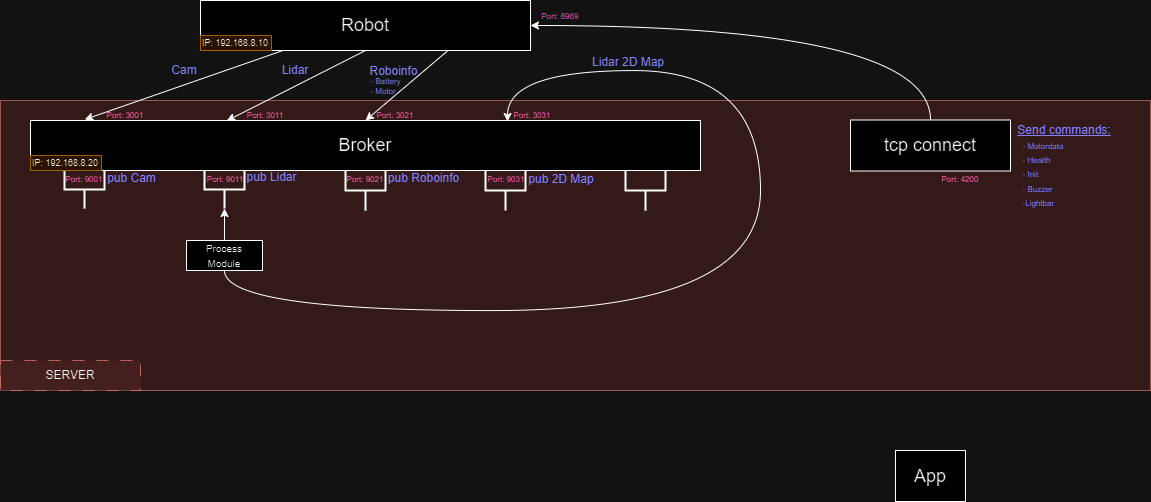
Lexxn0x3/CloudControlledRoboter keeps this draw.io diagram as docs/InfraSetup.png. Above is the earlier version. Source tidied: cells renumbered, new cells last; positions are measured from the earlier drawing's top-left corner, leaving out a move shared by most shapes. Source of this version:
```xml
<mxGraphModel>
  <root>
    <mxCell id="0" />
    <mxCell id="1" parent="0" />
    <mxCell id="2" style="rounded=0;whiteSpace=wrap;html=1;fillColor=#f8cecc;strokeColor=#b85450;opacity=60;" parent="1" vertex="1">
      <mxGeometry y="100" width="1150" height="290" as="geometry" />
    </mxCell>
    <mxCell id="3" value="&lt;font style=&quot;font-size: 18px;&quot;&gt;Robot&lt;/font&gt;" style="rounded=0;whiteSpace=wrap;html=1;" parent="1" vertex="1">
      <mxGeometry x="200" width="330" height="50" as="geometry" />
    </mxCell>
    <mxCell id="4" value="&lt;font style=&quot;font-size: 18px;&quot;&gt;Broker&lt;/font&gt;" style="rounded=0;whiteSpace=wrap;html=1;" parent="1" vertex="1">
      <mxGeometry x="30" y="120" width="670" height="50" as="geometry" />
    </mxCell>
    <mxCell id="5" style="rounded=0;hachureGap=4;jettySize=auto;html=1;fontFamily=Architects Daughter;fontSource=https%3A%2F%2Ffonts.googleapis.com%2Fcss%3Ffamily%3DArchitects%2BDaughter;fontSize=16;entryX=0.081;entryY=-0.02;entryDx=0;entryDy=0;entryPerimeter=0;exitX=0.25;exitY=1;exitDx=0;exitDy=0;" parent="1" edge="1" source="3" target="4">
      <mxGeometry relative="1" as="geometry" />
    </mxCell>
    <mxCell id="6" style="strokeWidth=2;html=1;shape=mxgraph.flowchart.annotation_2;align=left;labelPosition=right;rotation=-90;" parent="1" vertex="1">
      <mxGeometry x="65" y="169" width="38" height="40" as="geometry" />
    </mxCell>
    <mxCell id="7" style="group;" parent="1" vertex="1">
      <mxGeometry x="198" y="35" width="74" height="15" as="geometry" />
    </mxCell>
    <mxCell id="8" style="rounded=0;whiteSpace=wrap;html=1;fillColor=#ffe6cc;strokeColor=#d79b00;" parent="7" vertex="1">
      <mxGeometry x="2" width="71" height="15" as="geometry" />
    </mxCell>
    <mxCell id="9" value="&lt;font style=&quot;font-size: 9px;&quot;&gt;IP: 192.168.8.10&lt;/font&gt;" style="text;html=1;align=center;verticalAlign=middle;whiteSpace=wrap;rounded=0;" parent="7" vertex="1">
      <mxGeometry y="1" width="74" height="12" as="geometry" />
    </mxCell>
    <mxCell id="10" style="group;" parent="1" vertex="1">
      <mxGeometry x="25" y="152" width="80" height="20" as="geometry" />
    </mxCell>
    <mxCell id="11" style="rounded=0;whiteSpace=wrap;html=1;fillColor=#ffe6cc;strokeColor=#d79b00;" parent="10" vertex="1">
      <mxGeometry x="5" y="3" width="71" height="15" as="geometry" />
    </mxCell>
    <mxCell id="12" value="&lt;font style=&quot;font-size: 9px;&quot;&gt;IP: 192.168.8.20&lt;/font&gt;" style="text;html=1;strokeColor=none;fillColor=none;align=center;verticalAlign=middle;whiteSpace=wrap;rounded=0;" parent="10" vertex="1">
      <mxGeometry width="80" height="20" as="geometry" />
    </mxCell>
    <mxCell id="13" style="strokeWidth=2;html=1;shape=mxgraph.flowchart.annotation_2;align=left;labelPosition=right;rotation=-90;" parent="1" vertex="1">
      <mxGeometry x="345" y="170" width="40" height="40" as="geometry" />
    </mxCell>
    <mxCell id="14" style="strokeWidth=2;html=1;shape=mxgraph.flowchart.annotation_2;align=left;labelPosition=right;rotation=-90;" parent="1" vertex="1">
      <mxGeometry x="205" y="169" width="38" height="40" as="geometry" />
    </mxCell>
    <mxCell id="15" style="strokeWidth=2;html=1;shape=mxgraph.flowchart.annotation_2;align=left;labelPosition=right;rotation=-90;" parent="1" vertex="1">
      <mxGeometry x="625" y="170" width="40" height="40" as="geometry" />
    </mxCell>
    <mxCell id="16" style="strokeWidth=2;html=1;shape=mxgraph.flowchart.annotation_2;align=left;labelPosition=right;rotation=-90;" parent="1" vertex="1">
      <mxGeometry x="485" y="170" width="40" height="40" as="geometry" />
    </mxCell>
    <mxCell id="17" style="rounded=0;hachureGap=4;jettySize=auto;html=1;fontFamily=Architects Daughter;fontSource=https%3A%2F%2Ffonts.googleapis.com%2Fcss%3Ffamily%3DArchitects%2BDaughter;fontSize=16;entryX=0.293;entryY=0.006;entryDx=0;entryDy=0;entryPerimeter=0;exitX=0.5;exitY=1;exitDx=0;exitDy=0;" parent="1" edge="1" source="3" target="4">
      <mxGeometry relative="1" as="geometry" />
    </mxCell>
    <mxCell id="18" style="rounded=0;hachureGap=4;jettySize=auto;html=1;fontFamily=Architects Daughter;fontSource=https%3A%2F%2Ffonts.googleapis.com%2Fcss%3Ffamily%3DArchitects%2BDaughter;fontSize=16;entryX=0.5;entryY=0;entryDx=0;entryDy=0;exitX=0.75;exitY=1;exitDx=0;exitDy=0;" parent="1" edge="1" source="3" target="4">
      <mxGeometry relative="1" as="geometry" />
    </mxCell>
    <mxCell id="19" value="&lt;font color=&quot;#ff3399&quot; style=&quot;font-size: 8px;&quot;&gt;Port: 3001&lt;/font&gt;" style="text;html=1;strokeColor=none;fillColor=none;align=center;verticalAlign=middle;whiteSpace=wrap;rounded=0;" parent="1" vertex="1">
      <mxGeometry x="105" y="109" width="40" height="10" as="geometry" />
    </mxCell>
    <mxCell id="20" value="&lt;font color=&quot;#ff3399&quot; style=&quot;font-size: 8px;&quot;&gt;Port: 3011&lt;/font&gt;" style="text;html=1;strokeColor=none;fillColor=none;align=center;verticalAlign=middle;whiteSpace=wrap;rounded=0;" parent="1" vertex="1">
      <mxGeometry x="245" y="109" width="40" height="10" as="geometry" />
    </mxCell>
    <mxCell id="21" value="&lt;font color=&quot;#ff3399&quot; style=&quot;font-size: 8px;&quot;&gt;Port: 3021&lt;/font&gt;" style="text;html=1;strokeColor=none;fillColor=none;align=center;verticalAlign=middle;whiteSpace=wrap;rounded=0;" parent="1" vertex="1">
      <mxGeometry x="375" y="109" width="40" height="10" as="geometry" />
    </mxCell>
    <mxCell id="22" value="&lt;font color=&quot;#ff3399&quot; style=&quot;font-size: 8px;&quot;&gt;Port: 9001&lt;/font&gt;" style="text;html=1;strokeColor=none;fillColor=none;align=center;verticalAlign=middle;whiteSpace=wrap;rounded=0;" parent="1" vertex="1">
      <mxGeometry x="64" y="173" width="40" height="10" as="geometry" />
    </mxCell>
    <mxCell id="23" value="&lt;font color=&quot;#ff3399&quot; style=&quot;font-size: 8px;&quot;&gt;Port: 9011&lt;/font&gt;" style="text;html=1;strokeColor=none;fillColor=none;align=center;verticalAlign=middle;whiteSpace=wrap;rounded=0;" parent="1" vertex="1">
      <mxGeometry x="205" y="173" width="40" height="10" as="geometry" />
    </mxCell>
    <mxCell id="24" value="&lt;font color=&quot;#ff3399&quot; style=&quot;font-size: 8px;&quot;&gt;Port: 9021&lt;/font&gt;" style="text;html=1;strokeColor=none;fillColor=none;align=center;verticalAlign=middle;whiteSpace=wrap;rounded=0;" parent="1" vertex="1">
      <mxGeometry x="345" y="173" width="40" height="10" as="geometry" />
    </mxCell>
    <mxCell id="25" value="&lt;font style=&quot;font-size: 10px;&quot;&gt;Process&lt;br&gt;Module&lt;/font&gt;" style="rounded=0;whiteSpace=wrap;html=1;" parent="1" vertex="1">
      <mxGeometry x="186" y="240" width="76" height="30" as="geometry" />
    </mxCell>
    <mxCell id="26" value="&lt;font color=&quot;#6666ff&quot;&gt;Cam&lt;/font&gt;" style="text;html=1;strokeColor=none;fillColor=none;align=center;verticalAlign=middle;whiteSpace=wrap;rounded=0;" parent="1" vertex="1">
      <mxGeometry x="169" y="60" width="30" height="20" as="geometry" />
    </mxCell>
    <mxCell id="27" value="&lt;font color=&quot;#6666ff&quot;&gt;Lidar&lt;/font&gt;" style="text;html=1;strokeColor=none;fillColor=none;align=center;verticalAlign=middle;whiteSpace=wrap;rounded=0;" parent="1" vertex="1">
      <mxGeometry x="280" y="60" width="30" height="20" as="geometry" />
    </mxCell>
    <mxCell id="28" value="&lt;font color=&quot;#6666ff&quot;&gt;Roboinfo&lt;/font&gt;" style="text;html=1;strokeColor=none;fillColor=none;align=center;verticalAlign=middle;whiteSpace=wrap;rounded=0;" parent="1" vertex="1">
      <mxGeometry x="371" y="61" width="45" height="20" as="geometry" />
    </mxCell>
    <mxCell id="29" value="&lt;div style=&quot;text-align: left;&quot;&gt;&lt;span style=&quot;font-size: 8px; color: rgb(102, 102, 255); background-color: initial;&quot;&gt;- Battery&lt;/span&gt;&lt;/div&gt;&lt;font style=&quot;font-size: 8px;&quot; color=&quot;#6666ff&quot;&gt;&lt;div style=&quot;text-align: left;&quot;&gt;&lt;span style=&quot;background-color: initial;&quot;&gt;- Motor&lt;/span&gt;&lt;/div&gt;&lt;/font&gt;" style="text;html=1;strokeColor=none;fillColor=none;align=center;verticalAlign=middle;whiteSpace=wrap;rounded=0;" parent="1" vertex="1">
      <mxGeometry x="363" y="74" width="45" height="20" as="geometry" />
    </mxCell>
    <mxCell id="30" style="edgeStyle=orthogonalEdgeStyle;rounded=0;jettySize=auto;html=1;entryX=1;entryY=0.5;entryDx=0;entryDy=0;curved=1;" parent="1" edge="1" source="31" target="3">
      <mxGeometry relative="1" as="geometry">
        <Array as="points">
          <mxPoint x="930" y="25" />
        </Array>
      </mxGeometry>
    </mxCell>
    <mxCell id="31" value="&lt;font style=&quot;font-size: 18px;&quot;&gt;tcp connect&lt;/font&gt;" style="rounded=0;whiteSpace=wrap;html=1;" parent="1" vertex="1">
      <mxGeometry x="850" y="119.5" width="160" height="51" as="geometry" />
    </mxCell>
    <mxCell id="32" value="&lt;font color=&quot;#ff3399&quot; style=&quot;font-size: 8px;&quot;&gt;Port: 6969&lt;/font&gt;" style="text;html=1;strokeColor=none;fillColor=none;align=center;verticalAlign=middle;whiteSpace=wrap;rounded=0;" parent="1" vertex="1">
      <mxGeometry x="540" y="10" width="40" height="10" as="geometry" />
    </mxCell>
    <mxCell id="33" value="&lt;font color=&quot;#ff3399&quot; style=&quot;font-size: 8px;&quot;&gt;Port: 4200&lt;/font&gt;" style="text;html=1;strokeColor=none;fillColor=none;align=center;verticalAlign=middle;whiteSpace=wrap;rounded=0;" parent="1" vertex="1">
      <mxGeometry x="940" y="173" width="40" height="10" as="geometry" />
    </mxCell>
    <mxCell id="34" style="group;" parent="1" vertex="1">
      <mxGeometry x="1013" y="119.5" width="102" height="97" as="geometry" />
    </mxCell>
    <mxCell id="35" value="&lt;font color=&quot;#6666ff&quot;&gt;&lt;u&gt;Send commands:&lt;/u&gt;&lt;/font&gt;" style="text;html=1;strokeColor=none;fillColor=none;align=center;verticalAlign=middle;whiteSpace=wrap;rounded=0;" parent="34" vertex="1">
      <mxGeometry width="102" height="20" as="geometry" />
    </mxCell>
    <mxCell id="36" value="&lt;div style=&quot;text-align: left;&quot;&gt;&lt;span style=&quot;font-size: 8px; color: rgb(102, 102, 255); background-color: initial;&quot;&gt;- Motordata&lt;/span&gt;&lt;/div&gt;&lt;div style=&quot;text-align: left;&quot;&gt;&lt;span style=&quot;font-size: 8px; color: rgb(102, 102, 255); background-color: initial;&quot;&gt;- Health&lt;/span&gt;&lt;/div&gt;&lt;div style=&quot;text-align: left;&quot;&gt;&lt;span style=&quot;font-size: 8px; color: rgb(102, 102, 255); background-color: initial;&quot;&gt;- Init&lt;/span&gt;&lt;/div&gt;&lt;div style=&quot;text-align: left;&quot;&gt;&lt;span style=&quot;font-size: 8px; color: rgb(102, 102, 255); background-color: initial;&quot;&gt;- Buzzer&lt;/span&gt;&lt;/div&gt;&lt;div style=&quot;text-align: left;&quot;&gt;&lt;span style=&quot;font-size: 8px; color: rgb(102, 102, 255); background-color: initial;&quot;&gt;-Lightbar&lt;/span&gt;&lt;/div&gt;" style="text;html=1;strokeColor=none;fillColor=none;align=center;verticalAlign=middle;whiteSpace=wrap;rounded=0;" parent="34" vertex="1">
      <mxGeometry y="9.5" width="60" height="87.5" as="geometry" />
    </mxCell>
    <mxCell id="37" value="&lt;font style=&quot;font-size: 18px;&quot;&gt;App&lt;/font&gt;" style="rounded=0;whiteSpace=wrap;html=1;" parent="1" vertex="1">
      <mxGeometry x="895" y="450" width="70" height="51" as="geometry" />
    </mxCell>
    <mxCell id="38" style="rounded=0;hachureGap=4;jettySize=auto;html=1;fontFamily=Architects Daughter;fontSource=https%3A%2F%2Ffonts.googleapis.com%2Fcss%3Ffamily%3DArchitects%2BDaughter;fontSize=16;entryX=0;entryY=0.5;entryDx=0;entryDy=0;entryPerimeter=0;exitX=0.5;exitY=0;exitDx=0;exitDy=0;" parent="1" edge="1" source="25" target="14">
      <mxGeometry relative="1" as="geometry" />
    </mxCell>
    <mxCell id="39" value="SERVER" style="rounded=0;whiteSpace=wrap;html=1;fillColor=#f8cecc;strokeColor=#b85450;opacity=70;rotation=0;dashed=1;dashPattern=12 12;" parent="1" vertex="1">
      <mxGeometry y="360" width="140" height="30" as="geometry" />
    </mxCell>
    <mxCell id="40" style="edgeStyle=orthogonalEdgeStyle;rounded=0;jettySize=auto;html=1;entryX=0.712;entryY=0.02;entryDx=0;entryDy=0;entryPerimeter=0;curved=1;" parent="1" edge="1" source="25" target="4">
      <mxGeometry relative="1" as="geometry">
        <Array as="points">
          <mxPoint x="224" y="310" />
          <mxPoint x="760" y="310" />
          <mxPoint x="760" y="70" />
          <mxPoint x="507" y="70" />
        </Array>
      </mxGeometry>
    </mxCell>
    <mxCell id="41" value="&lt;font color=&quot;#ff3399&quot; style=&quot;font-size: 8px;&quot;&gt;Port: 3031&lt;/font&gt;" style="text;html=1;strokeColor=none;fillColor=none;align=center;verticalAlign=middle;whiteSpace=wrap;rounded=0;" parent="1" vertex="1">
      <mxGeometry x="512" y="109" width="40" height="10" as="geometry" />
    </mxCell>
    <mxCell id="42" value="&lt;font color=&quot;#ff3399&quot; style=&quot;font-size: 8px;&quot;&gt;Port: 9031&lt;/font&gt;" style="text;html=1;strokeColor=none;fillColor=none;align=center;verticalAlign=middle;whiteSpace=wrap;rounded=0;" parent="1" vertex="1">
      <mxGeometry x="486" y="173" width="40" height="10" as="geometry" />
    </mxCell>
    <mxCell id="43" value="&lt;font color=&quot;#6666ff&quot;&gt;Lidar 2D Map&lt;/font&gt;" style="text;html=1;strokeColor=none;fillColor=none;align=center;verticalAlign=middle;whiteSpace=wrap;rounded=0;" parent="1" vertex="1">
      <mxGeometry x="588" y="52" width="80" height="20" as="geometry" />
    </mxCell>
    <mxCell id="44" value="&lt;font color=&quot;#6666ff&quot;&gt;pub Cam&lt;/font&gt;" style="text;html=1;strokeColor=none;fillColor=none;align=center;verticalAlign=middle;whiteSpace=wrap;rounded=0;" parent="1" vertex="1">
      <mxGeometry x="103" y="173" width="57" height="9" as="geometry" />
    </mxCell>
    <mxCell id="45" value="&lt;font color=&quot;#6666ff&quot;&gt;pub Lidar&lt;/font&gt;" style="text;html=1;strokeColor=none;fillColor=none;align=center;verticalAlign=middle;whiteSpace=wrap;rounded=0;" parent="1" vertex="1">
      <mxGeometry x="243" y="173" width="57" height="7" as="geometry" />
    </mxCell>
    <mxCell id="46" value="&lt;font color=&quot;#6666ff&quot;&gt;pub Roboinfo&lt;/font&gt;" style="text;html=1;strokeColor=none;fillColor=none;align=center;verticalAlign=middle;whiteSpace=wrap;rounded=0;" parent="1" vertex="1">
      <mxGeometry x="386" y="173" width="75" height="9" as="geometry" />
    </mxCell>
    <mxCell id="47" value="&lt;font color=&quot;#6666ff&quot;&gt;pub 2D Map&lt;/font&gt;" style="text;html=1;strokeColor=none;fillColor=none;align=center;verticalAlign=middle;whiteSpace=wrap;rounded=0;" parent="1" vertex="1">
      <mxGeometry x="524" y="174" width="74" height="9" as="geometry" />
    </mxCell>
  </root>
</mxGraphModel>
```
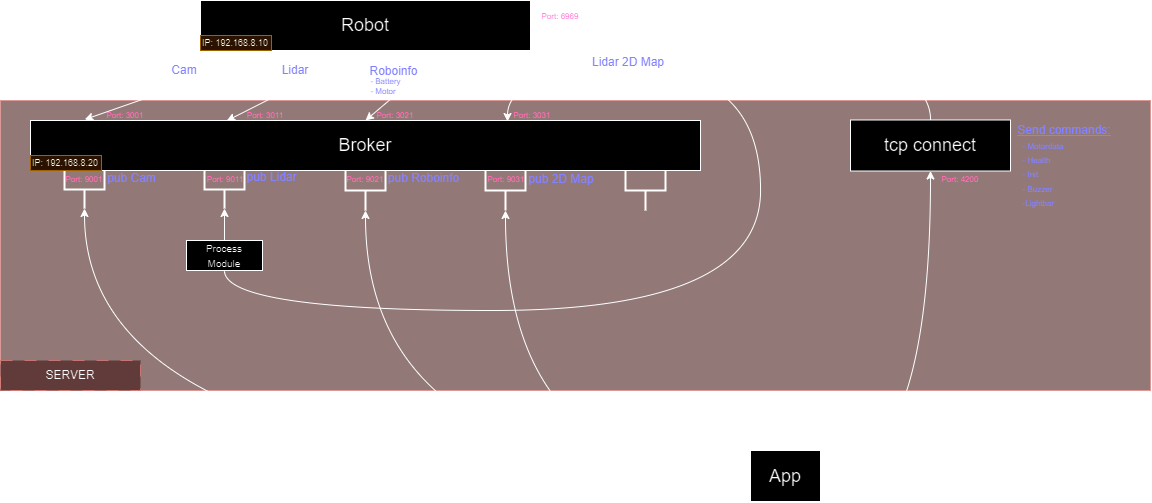
After the commit.

Diff of the diagram source:
```diff
@@ -111,8 +111,14 @@
     <mxCell id="36" value="&lt;div style=&quot;text-align: left;&quot;&gt;&lt;span style=&quot;font-size: 8px; color: rgb(102, 102, 255); background-color: initial;&quot;&gt;- Motordata&lt;/span&gt;&lt;/div&gt;&lt;div style=&quot;text-align: left;&quot;&gt;&lt;span style=&quot;font-size: 8px; color: rgb(102, 102, 255); background-color: initial;&quot;&gt;- Health&lt;/span&gt;&lt;/div&gt;&lt;div style=&quot;text-align: left;&quot;&gt;&lt;span style=&quot;font-size: 8px; color: rgb(102, 102, 255); background-color: initial;&quot;&gt;- Init&lt;/span&gt;&lt;/div&gt;&lt;div style=&quot;text-align: left;&quot;&gt;&lt;span style=&quot;font-size: 8px; color: rgb(102, 102, 255); background-color: initial;&quot;&gt;- Buzzer&lt;/span&gt;&lt;/div&gt;&lt;div style=&quot;text-align: left;&quot;&gt;&lt;span style=&quot;font-size: 8px; color: rgb(102, 102, 255); background-color: initial;&quot;&gt;-Lightbar&lt;/span&gt;&lt;/div&gt;" style="text;html=1;strokeColor=none;fillColor=none;align=center;verticalAlign=middle;whiteSpace=wrap;rounded=0;" parent="34" vertex="1">
       <mxGeometry y="9.5" width="60" height="87.5" as="geometry" />
     </mxCell>
+    <mxCell id="48" style="edgeStyle=orthogonalEdgeStyle;rounded=0;jettySize=auto;html=1;entryX=0;entryY=0.5;entryDx=0;entryDy=0;entryPerimeter=0;curved=1;" parent="1" edge="1" source="37" target="6">
+      <mxGeometry relative="1" as="geometry" />
+    </mxCell>
+    <mxCell id="49" style="edgeStyle=orthogonalEdgeStyle;rounded=0;jettySize=auto;html=1;entryX=0.5;entryY=1;entryDx=0;entryDy=0;curved=1;" parent="1" edge="1" source="37" target="31">
+      <mxGeometry relative="1" as="geometry" />
+    </mxCell>
     <mxCell id="37" value="&lt;font style=&quot;font-size: 18px;&quot;&gt;App&lt;/font&gt;" style="rounded=0;whiteSpace=wrap;html=1;" parent="1" vertex="1">
-      <mxGeometry x="895" y="450" width="70" height="51" as="geometry" />
+      <mxGeometry x="750" y="450" width="70" height="51" as="geometry" />
     </mxCell>
     <mxCell id="38" style="rounded=0;hachureGap=4;jettySize=auto;html=1;fontFamily=Architects Daughter;fontSource=https%3A%2F%2Ffonts.googleapis.com%2Fcss%3Ffamily%3DArchitects%2BDaughter;fontSize=16;entryX=0;entryY=0.5;entryDx=0;entryDy=0;entryPerimeter=0;exitX=0.5;exitY=0;exitDx=0;exitDy=0;" parent="1" edge="1" source="25" target="14">
       <mxGeometry relative="1" as="geometry" />
@@ -151,5 +157,11 @@
     <mxCell id="47" value="&lt;font color=&quot;#6666ff&quot;&gt;pub 2D Map&lt;/font&gt;" style="text;html=1;strokeColor=none;fillColor=none;align=center;verticalAlign=middle;whiteSpace=wrap;rounded=0;" parent="1" vertex="1">
       <mxGeometry x="524" y="174" width="74" height="9" as="geometry" />
     </mxCell>
+    <mxCell id="50" style="edgeStyle=orthogonalEdgeStyle;rounded=0;jettySize=auto;html=1;entryX=0;entryY=0.5;entryDx=0;entryDy=0;entryPerimeter=0;curved=1;" parent="1" edge="1" source="37" target="16">
+      <mxGeometry relative="1" as="geometry" />
+    </mxCell>
+    <mxCell id="51" style="edgeStyle=orthogonalEdgeStyle;rounded=0;jettySize=auto;html=1;entryX=0;entryY=0.5;entryDx=0;entryDy=0;entryPerimeter=0;curved=1;" parent="1" edge="1" source="37" target="13">
+      <mxGeometry relative="1" as="geometry" />
+    </mxCell>
   </root>
 </mxGraphModel>
```
